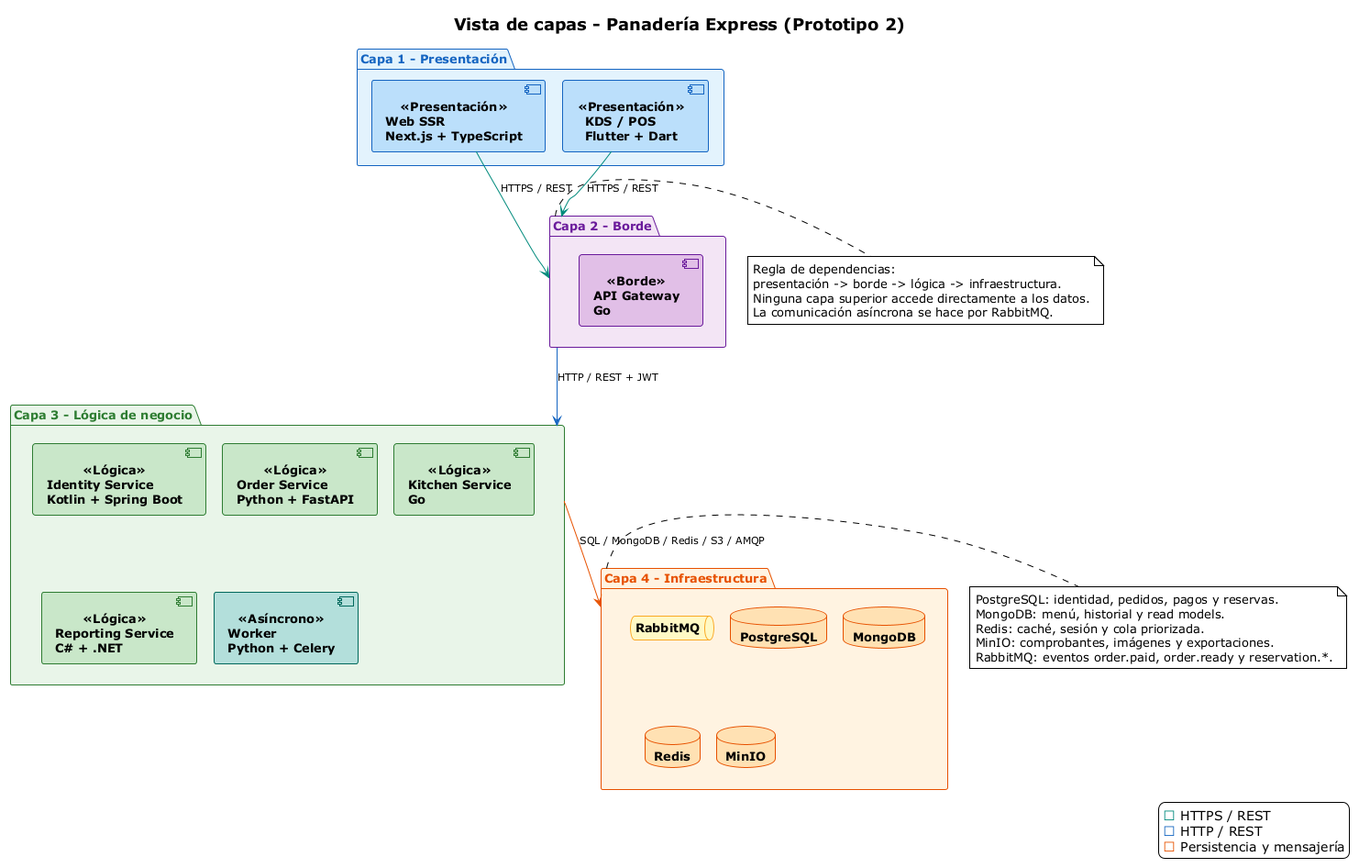
Before: g3-H-PanTech/docs/capas P2.png, a diagram exported from PlantUML (unal-sw-arch/swarch-2026ii). Its diagram source:
```plantuml
@startuml
!theme plain
top to bottom direction
skinparam componentStyle uml2
skinparam shadowing false
skinparam defaultFontSize 13
skinparam nodesep 18
skinparam ranksep 40
skinparam ArrowFontSize 11
skinparam titleFontSize 18
skinparam titleFontStyle bold

skinparam package {
  FontStyle bold
  BackgroundColor transparent
  BorderColor #9E9E9E
}
skinparam component {
  BackgroundColor<<Presentación>> #BBDEFB
  BorderColor<<Presentación>> #1565C0
  BackgroundColor<<Borde>> #E1BEE7
  BorderColor<<Borde>> #6A1B9A
  BackgroundColor<<Lógica>> #C8E6C9
  BorderColor<<Lógica>> #2E7D32
  BackgroundColor<<Asíncrono>> #B2DFDB
  BorderColor<<Asíncrono>> #00695C
  FontStyle bold
}
skinparam queue {
  BackgroundColor #FFF9C4
  BorderColor #F9A825
  FontStyle bold
}
skinparam database {
  BackgroundColor #FFE0B2
  BorderColor #E65100
  FontStyle bold
}

title Vista de capas - Panadería Express (Prototipo 2)

package "Capa 1 - Presentación" as P #E3F2FD;line:1565C0;text:1565C0 {
  component "Web SSR\nNext.js + TypeScript" as Web <<Presentación>>
  component "KDS / POS\nFlutter + Dart" as KDS <<Presentación>>
}

package "Capa 2 - Borde" as E #F3E5F5;line:6A1B9A;text:6A1B9A {
  component "API Gateway\nGo" as GW <<Borde>>
}

package "Capa 3 - Lógica de negocio" as L #E8F5E9;line:2E7D32;text:2E7D32 {
  component "Identity Service\nKotlin + Spring Boot" as Identity <<Lógica>>
  component "Order Service\nPython + FastAPI" as Order <<Lógica>>
  component "Kitchen Service\nGo" as Kitchen <<Lógica>>
  component "Reporting Service\nC# + .NET" as Reporting <<Lógica>>
  component "Worker\nPython + Celery" as Worker <<Asíncrono>>
}

package "Capa 4 - Infraestructura" as I #FFF3E0;line:E65100;text:E65100 {
  queue "RabbitMQ" as MQ
  database "PostgreSQL" as PG
  database "MongoDB" as Mongo
  database "Redis" as Redis
  database "MinIO" as Minio
}

Web -[#00897B]down-> E : HTTPS / REST
KDS -[#00897B]down-> E : HTTPS / REST
E -[#1565C0]down-> L : HTTP / REST + JWT
L -[#E65100]down-> I : SQL / MongoDB / Redis / S3 / AMQP

note right of E
  Regla de dependencias:
  presentación -> borde -> lógica -> infraestructura.
  Ninguna capa superior accede directamente a los datos.
  La comunicación asíncrona se hace por RabbitMQ.
end note

note right of I
  PostgreSQL: identidad, pedidos, pagos y reservas.
  MongoDB: menú, historial y read models.
  Redis: caché, sesión y cola priorizada.
  MinIO: comprobantes, imágenes y exportaciones.
  RabbitMQ: eventos order.paid, order.ready y reservation.*.
end note

legend right
  <color:#00897B>■</color> HTTPS / REST
  <color:#1565C0>■</color> HTTP / REST
  <color:#E65100>■</color> Persistencia y mensajería
endlegend

@enduml
```
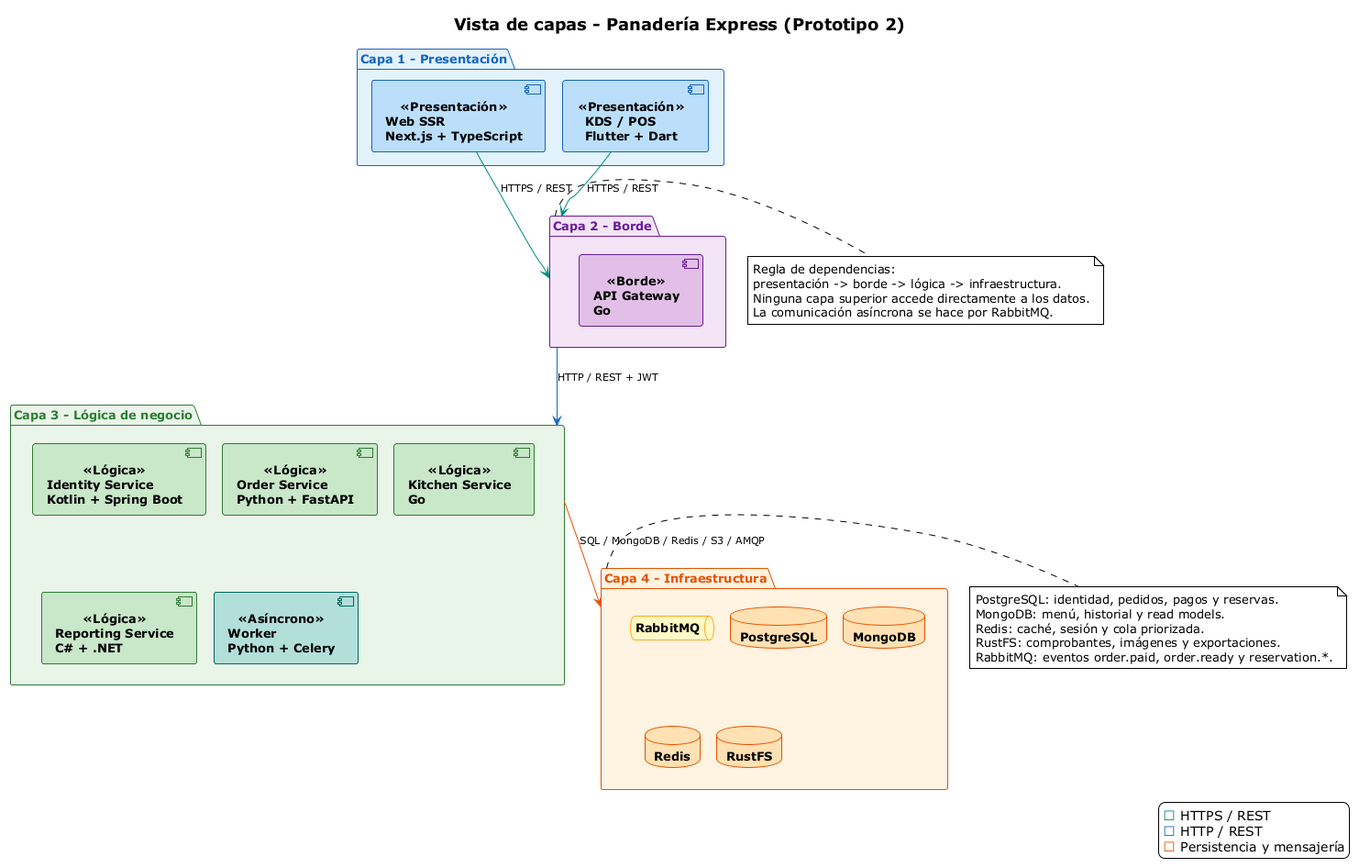
Later version of the same file.

What changed in the source:
```diff
@@ -61,7 +61,7 @@
   database "PostgreSQL" as PG
   database "MongoDB" as Mongo
   database "Redis" as Redis
-  database "MinIO" as Minio
+  database "RustFS" as RustFS
 }
 
 Web -[#00897B]down-> E : HTTPS / REST
@@ -80,7 +80,7 @@
   PostgreSQL: identidad, pedidos, pagos y reservas.
   MongoDB: menú, historial y read models.
   Redis: caché, sesión y cola priorizada.
-  MinIO: comprobantes, imágenes y exportaciones.
+  RustFS: comprobantes, imágenes y exportaciones.
   RabbitMQ: eventos order.paid, order.ready y reservation.*.
 end note
 
```
